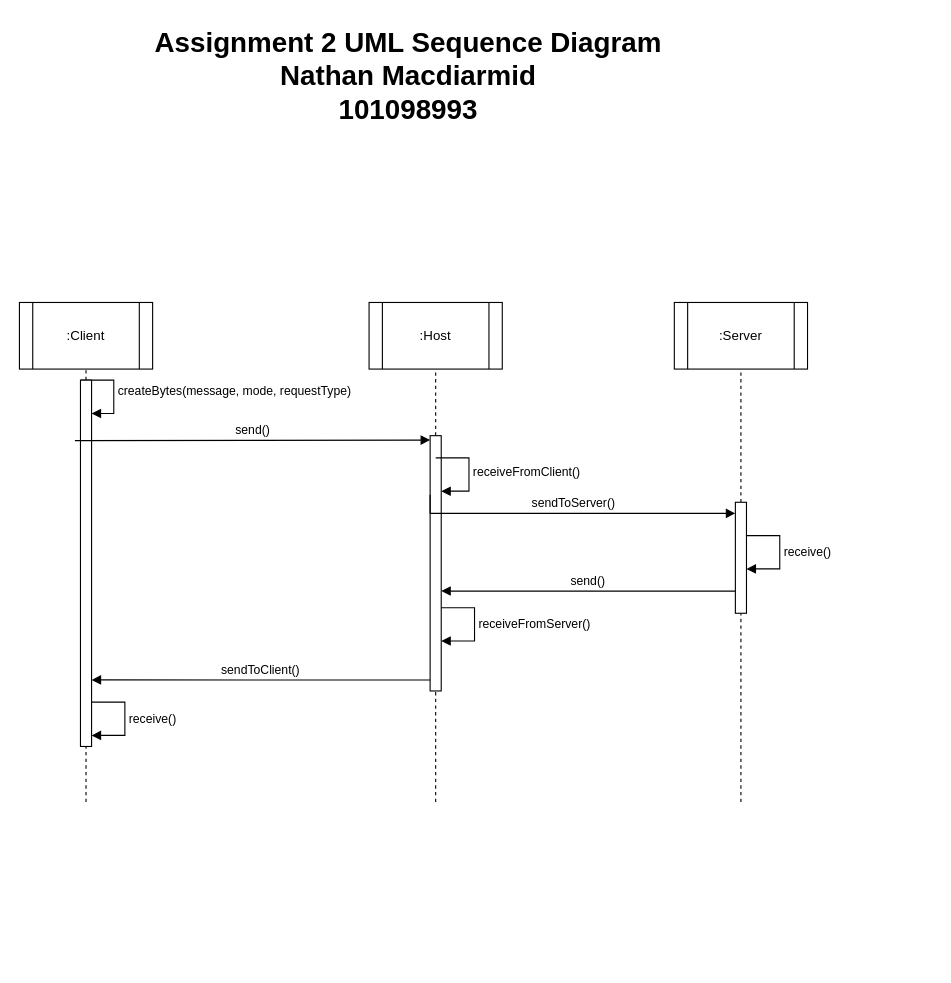
The draw.io diagram Assignments/Assignment2/A2_UML_Sequence.drawio in NathanMacDiarmid/SYSC3303A, before the edit. Source tidied: cells renumbered, new cells numbered last; positions are measured from the earlier drawing's top-left corner, leaving out a move shared by most shapes. Both pictures are drawn from the tidied source at 111%, with x=0, y=0 at pixel (19, 19).
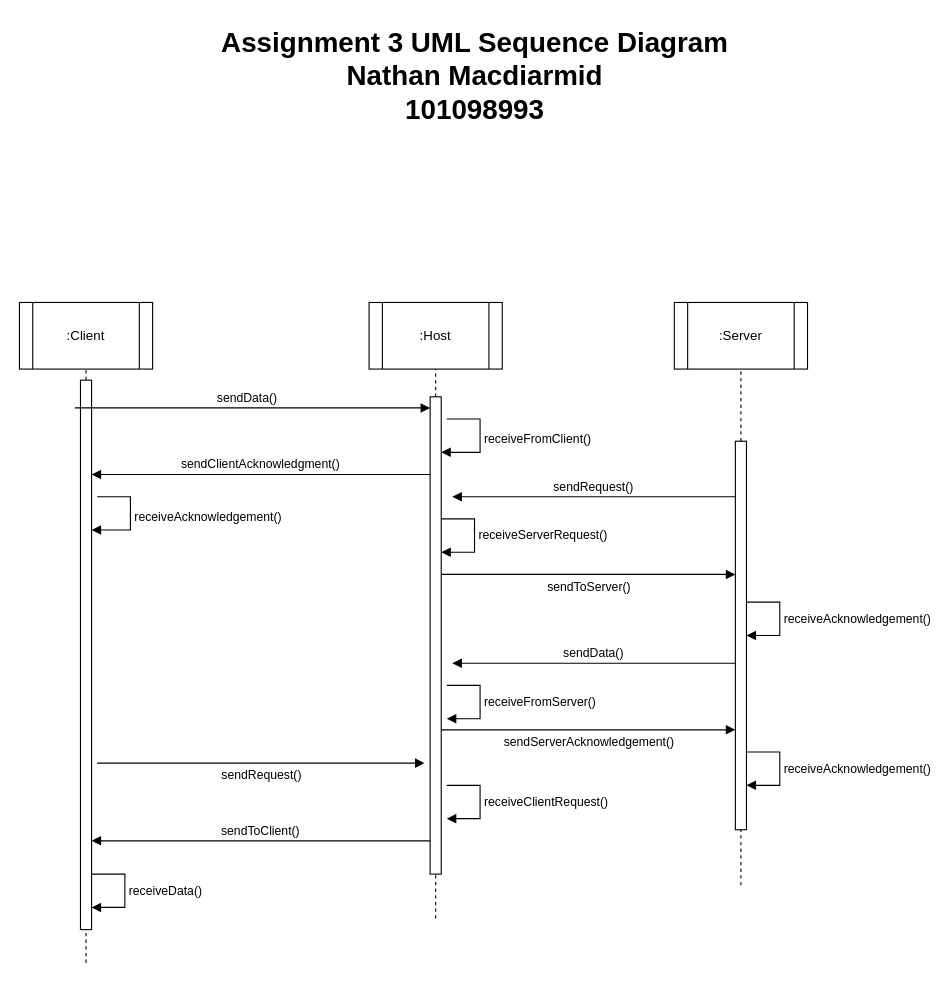
After the change.

Commit message (it also covers changes not shown here):
Finished Assignment3

Change to the diagram source:
```diff
@@
-    <mxCell id="8" value="createBytes(message, mode, requestType)" style="html=1;align=left;spacingLeft=2;endArrow=block;rounded=0;edgeStyle=orthogonalEdgeStyle;curved=0;rounded=0;" parent="1" edge="1" target="10">
-      <mxGeometry relative="1" as="geometry">
-        <mxPoint x="55" y="325" as="sourcePoint" />
-        <Array as="points">
-          <mxPoint x="85" y="355" />
-        </Array>
-      </mxGeometry>
-    </mxCell>
     <mxCell id="9" style="endArrow=none;dashed=1;html=1;rounded=0;entryX=0.5;entryY=1;entryDx=0;entryDy=0;" parent="1" edge="1" target="10">
       <mxGeometry relative="1" as="geometry">
-        <mxPoint x="60" y="705" as="sourcePoint" />
+        <mxPoint x="60" y="850" as="sourcePoint" />
       </mxGeometry>
     </mxCell>
     <mxCell id="10" style="html=1;points=[];perimeter=orthogonalPerimeter;outlineConnect=0;targetShapes=umlLifeline;portConstraint=eastwest;newEdgeStyle={&quot;edgeStyle&quot;:&quot;elbowEdgeStyle&quot;,&quot;elbow&quot;:&quot;vertical&quot;,&quot;curved&quot;:0,&quot;rounded&quot;:0};" parent="1" vertex="1">
-      <mxGeometry x="55" y="325" width="10" height="330" as="geometry" />
+      <mxGeometry x="55" y="325" width="10" height="495" as="geometry" />
     </mxCell>
     <mxCell id="11" style="endArrow=none;dashed=1;html=1;rounded=0;entryX=0.5;entryY=1;entryDx=0;entryDy=0;" parent="1" edge="1" target="12">
       <mxGeometry relative="1" as="geometry">
-        <mxPoint x="375" y="705" as="sourcePoint" />
+        <mxPoint x="375" y="810" as="sourcePoint" />
       </mxGeometry>
     </mxCell>
     <mxCell id="12" style="html=1;points=[];perimeter=orthogonalPerimeter;outlineConnect=0;targetShapes=umlLifeline;portConstraint=eastwest;newEdgeStyle={&quot;edgeStyle&quot;:&quot;elbowEdgeStyle&quot;,&quot;elbow&quot;:&quot;vertical&quot;,&quot;curved&quot;:0,&quot;rounded&quot;:0};" parent="1" vertex="1">
-      <mxGeometry x="370" y="375" width="10" height="230" as="geometry" />
+      <mxGeometry x="370" y="340" width="10" height="430" as="geometry" />
     </mxCell>
-    <mxCell id="13" value="send()" style="html=1;verticalAlign=bottom;endArrow=block;edgeStyle=elbowEdgeStyle;elbow=vertical;curved=0;rounded=0;exitX=-0.5;exitY=0.165;exitDx=0;exitDy=0;exitPerimeter=0;" parent="1" edge="1" source="10" target="12">
-      <mxGeometry relative="1" as="geometry" />
+    <mxCell id="13" value="sendData()" style="html=1;verticalAlign=bottom;endArrow=block;edgeStyle=elbowEdgeStyle;elbow=vertical;curved=0;rounded=0;" parent="1" edge="1" target="12">
+      <mxGeometry relative="1" as="geometry">
+        <mxPoint x="60" y="350" as="sourcePoint" />
+        <Array as="points">
+          <mxPoint x="50" y="350" />
+        </Array>
+      </mxGeometry>
     </mxCell>
-    <mxCell id="14" value="receiveFromClient()" style="html=1;align=left;spacingLeft=2;endArrow=block;rounded=0;edgeStyle=orthogonalEdgeStyle;curved=0;rounded=0;" parent="1" edge="1" target="12">
-      <mxGeometry relative="1" as="geometry">
-        <mxPoint x="375" y="395" as="sourcePoint" />
-        <Array as="points">
-          <mxPoint x="405" y="395" />
-          <mxPoint x="405" y="425" />
-        </Array>
-      </mxGeometry>
-    </mxCell>
     <mxCell id="15" style="endArrow=none;dashed=1;html=1;rounded=0;entryX=0.5;entryY=1;entryDx=0;entryDy=0;" parent="1" edge="1" target="16">
       <mxGeometry relative="1" as="geometry">
-        <mxPoint x="650" y="705" as="sourcePoint" />
+        <mxPoint x="650" y="780" as="sourcePoint" />
       </mxGeometry>
     </mxCell>
     <mxCell id="16" style="html=1;points=[];perimeter=orthogonalPerimeter;outlineConnect=0;targetShapes=umlLifeline;portConstraint=eastwest;newEdgeStyle={&quot;edgeStyle&quot;:&quot;elbowEdgeStyle&quot;,&quot;elbow&quot;:&quot;vertical&quot;,&quot;curved&quot;:0,&quot;rounded&quot;:0};" parent="1" vertex="1">
-      <mxGeometry x="645" y="435" width="10" height="100" as="geometry" />
+      <mxGeometry x="645" y="380" width="10" height="350" as="geometry" />
     </mxCell>
+    <mxCell id="19" value="sendRequest()" style="html=1;verticalAlign=bottom;endArrow=block;edgeStyle=elbowEdgeStyle;elbow=vertical;curved=0;rounded=0;" parent="1" edge="1" source="16">
+      <mxGeometry relative="1" as="geometry">
+        <mxPoint x="390" y="430" as="targetPoint" />
+      </mxGeometry>
+    </mxCell>
+    <mxCell id="23" value="&lt;b style=&quot;font-size: 25px;&quot;&gt;Assignment 3 UML Sequence Diagram&lt;br&gt;Nathan Macdiarmid&lt;br&gt;101098993&lt;/b&gt;" style="text;html=1;align=center;verticalAlign=middle;strokeColor=none;fillColor=none;" parent="1" vertex="1">
+      <mxGeometry x="170" width="480" height="100" as="geometry" />
+    </mxCell>
+    <mxCell id="14" value="receiveFromClient()" style="edgeStyle=orthogonalEdgeStyle;html=1;align=left;spacingLeft=2;endArrow=block;rounded=0;" parent="1" edge="1">
+      <mxGeometry relative="1" as="geometry">
+        <mxPoint x="385" y="360" as="sourcePoint" />
+        <mxPoint x="380" y="390" as="targetPoint" />
+        <Array as="points">
+          <mxPoint x="415" y="360" />
+        </Array>
+      </mxGeometry>
+    </mxCell>
+    <mxCell id="24" value="sendClientAcknowledgment()" style="html=1;verticalAlign=bottom;endArrow=block;edgeStyle=elbowEdgeStyle;elbow=vertical;curved=0;rounded=0;exitX=0;exitY=0.957;exitDx=0;exitDy=0;exitPerimeter=0;" parent="1" edge="1">
+      <mxGeometry relative="1" as="geometry">
+        <mxPoint x="370" y="410" as="sourcePoint" />
+        <mxPoint x="65" y="410.4" as="targetPoint" />
+      </mxGeometry>
+    </mxCell>
-    <mxCell id="17" value="sendToServer()" style="html=1;verticalAlign=bottom;endArrow=block;edgeStyle=elbowEdgeStyle;elbow=vertical;curved=0;rounded=0;exitX=0;exitY=0.231;exitDx=0;exitDy=0;exitPerimeter=0;" parent="1" edge="1" source="12" target="16">
-      <mxGeometry relative="1" as="geometry">
-        <Array as="points">
-          <mxPoint x="390" y="445" />
-        </Array>
+    <mxCell id="17" value="sendToServer()" style="html=1;verticalAlign=bottom;endArrow=block;edgeStyle=elbowEdgeStyle;elbow=vertical;curved=0;rounded=0;" parent="1" edge="1">
+      <mxGeometry y="-20" relative="1" as="geometry">
+        <mxPoint x="380" y="500" as="sourcePoint" />
+        <mxPoint x="645" y="500" as="targetPoint" />
       </mxGeometry>
     </mxCell>
-    <mxCell id="18" value="receive()" style="html=1;align=left;spacingLeft=2;endArrow=block;rounded=0;edgeStyle=orthogonalEdgeStyle;curved=0;rounded=0;" parent="1" edge="1" target="16">
-      <mxGeometry relative="1" as="geometry">
-        <mxPoint x="655" y="465" as="sourcePoint" />
-        <Array as="points">
-          <mxPoint x="685" y="465" />
-          <mxPoint x="685" y="495" />
-        </Array>
-      </mxGeometry>
-    </mxCell>
-    <mxCell id="19" value="send()" style="html=1;verticalAlign=bottom;endArrow=block;edgeStyle=elbowEdgeStyle;elbow=vertical;curved=0;rounded=0;entryX=1;entryY=0.609;entryDx=0;entryDy=0;entryPerimeter=0;" parent="1" edge="1" source="16" target="12">
-      <mxGeometry relative="1" as="geometry" />
-    </mxCell>
+    <mxCell id="25" value="receiveAcknowledgement()" style="edgeStyle=orthogonalEdgeStyle;html=1;align=left;spacingLeft=2;endArrow=block;rounded=0;" parent="1" edge="1">
+      <mxGeometry relative="1" as="geometry">
+        <mxPoint x="70" y="430" as="sourcePoint" />
+        <mxPoint x="65" y="460" as="targetPoint" />
+        <Array as="points">
+          <mxPoint x="100" y="430" />
+        </Array>
+      </mxGeometry>
+    </mxCell>
+    <mxCell id="26" value="sendData()" style="html=1;verticalAlign=bottom;endArrow=block;edgeStyle=elbowEdgeStyle;elbow=vertical;curved=0;rounded=0;" parent="1" edge="1">
+      <mxGeometry relative="1" as="geometry">
+        <mxPoint x="645" y="580" as="sourcePoint" />
+        <mxPoint x="390" y="580" as="targetPoint" />
+      </mxGeometry>
+    </mxCell>
+    <mxCell id="27" value="sendServerAcknowledgement()" style="html=1;verticalAlign=bottom;endArrow=block;edgeStyle=elbowEdgeStyle;elbow=vertical;curved=0;rounded=0;" parent="1" edge="1">
+      <mxGeometry y="-20" relative="1" as="geometry">
+        <mxPoint x="380" y="640" as="sourcePoint" />
+        <mxPoint x="645" y="640" as="targetPoint" />
+      </mxGeometry>
+    </mxCell>
+    <mxCell id="28" value="receiveAcknowledgement()" style="html=1;align=left;spacingLeft=2;endArrow=block;rounded=0;edgeStyle=orthogonalEdgeStyle;curved=0;rounded=0;" parent="1" edge="1">
+      <mxGeometry relative="1" as="geometry">
+        <mxPoint x="655" y="660" as="sourcePoint" />
+        <mxPoint x="655" y="690" as="targetPoint" />
+        <Array as="points">
+          <mxPoint x="685" y="660" />
+          <mxPoint x="685" y="690" />
+        </Array>
+      </mxGeometry>
+    </mxCell>
-    <mxCell id="20" value="receiveFromServer()" style="html=1;align=left;spacingLeft=2;endArrow=block;rounded=0;edgeStyle=orthogonalEdgeStyle;curved=0;rounded=0;" parent="1" edge="1" target="12">
+    <mxCell id="20" value="receiveFromServer()" style="html=1;align=left;spacingLeft=2;endArrow=block;rounded=0;edgeStyle=orthogonalEdgeStyle;curved=0;rounded=0;" parent="1" edge="1">
       <mxGeometry relative="1" as="geometry">
-        <mxPoint x="380" y="530" as="sourcePoint" />
+        <mxPoint x="385" y="600" as="sourcePoint" />
+        <mxPoint x="385" y="630" as="targetPoint" />
         <Array as="points">
-          <mxPoint x="410" y="530" />
-          <mxPoint x="410" y="560" />
+          <mxPoint x="415" y="600" />
+          <mxPoint x="415" y="630" />
         </Array>
       </mxGeometry>
     </mxCell>
+    <mxCell id="29" value="receiveAcknowledgement()" style="html=1;align=left;spacingLeft=2;endArrow=block;rounded=0;edgeStyle=orthogonalEdgeStyle;curved=0;rounded=0;" parent="1" edge="1">
+      <mxGeometry relative="1" as="geometry">
+        <mxPoint x="655" y="525" as="sourcePoint" />
+        <mxPoint x="655" y="555" as="targetPoint" />
+        <Array as="points">
+          <mxPoint x="685" y="525" />
+          <mxPoint x="685" y="555" />
+        </Array>
+      </mxGeometry>
+    </mxCell>
+    <mxCell id="30" value="receiveServerRequest()" style="html=1;align=left;spacingLeft=2;endArrow=block;rounded=0;edgeStyle=orthogonalEdgeStyle;curved=0;rounded=0;" parent="1" edge="1">
+      <mxGeometry relative="1" as="geometry">
+        <mxPoint x="380" y="450" as="sourcePoint" />
+        <mxPoint x="380" y="480" as="targetPoint" />
+        <Array as="points">
+          <mxPoint x="410" y="450" />
+          <mxPoint x="410" y="480" />
+        </Array>
+      </mxGeometry>
+    </mxCell>
+    <mxCell id="31" value="sendRequest()" style="html=1;verticalAlign=bottom;endArrow=block;edgeStyle=elbowEdgeStyle;elbow=vertical;curved=0;rounded=0;" parent="1" edge="1">
+      <mxGeometry y="-20" relative="1" as="geometry">
+        <mxPoint x="70" y="670" as="sourcePoint" />
+        <mxPoint x="365" y="670" as="targetPoint" />
+      </mxGeometry>
+    </mxCell>
+    <mxCell id="32" value="receiveClientRequest()" style="html=1;align=left;spacingLeft=2;endArrow=block;rounded=0;edgeStyle=orthogonalEdgeStyle;curved=0;rounded=0;" parent="1" edge="1">
+      <mxGeometry relative="1" as="geometry">
+        <mxPoint x="385" y="690" as="sourcePoint" />
+        <mxPoint x="385" y="720" as="targetPoint" />
+        <Array as="points">
+          <mxPoint x="415" y="690" />
+          <mxPoint x="415" y="720" />
+        </Array>
+      </mxGeometry>
+    </mxCell>
-    <mxCell id="21" value="sendToClient()" style="html=1;verticalAlign=bottom;endArrow=block;edgeStyle=elbowEdgeStyle;elbow=vertical;curved=0;rounded=0;exitX=0;exitY=0.957;exitDx=0;exitDy=0;exitPerimeter=0;" parent="1" edge="1" source="12" target="10">
-      <mxGeometry relative="1" as="geometry" />
+    <mxCell id="21" value="sendToClient()" style="html=1;verticalAlign=bottom;endArrow=block;edgeStyle=elbowEdgeStyle;elbow=vertical;curved=0;rounded=0;exitX=0;exitY=0.957;exitDx=0;exitDy=0;exitPerimeter=0;" parent="1" edge="1">
+      <mxGeometry relative="1" as="geometry">
+        <mxPoint x="370" y="740" as="sourcePoint" />
+        <mxPoint x="65" y="740.4" as="targetPoint" />
+      </mxGeometry>
     </mxCell>
-    <mxCell id="22" value="receive()" style="html=1;align=left;spacingLeft=2;endArrow=block;rounded=0;edgeStyle=orthogonalEdgeStyle;curved=0;rounded=0;" parent="1" edge="1" target="10">
-      <mxGeometry relative="1" as="geometry">
-        <mxPoint x="65" y="615" as="sourcePoint" />
-        <Array as="points">
-          <mxPoint x="95" y="615" />
-          <mxPoint x="95" y="645" />
-        </Array>
-      </mxGeometry>
-    </mxCell>
-    <mxCell id="23" value="&lt;b style=&quot;font-size: 25px;&quot;&gt;Assignment 2 UML Sequence Diagram&lt;br&gt;Nathan Macdiarmid&lt;br&gt;101098993&lt;/b&gt;" style="text;html=1;align=center;verticalAlign=middle;strokeColor=none;fillColor=none;" parent="1" vertex="1">
-      <mxGeometry x="110" width="480" height="100" as="geometry" />
-    </mxCell>
+    <mxCell id="33" value="receiveData()" style="html=1;align=left;spacingLeft=2;endArrow=block;rounded=0;edgeStyle=orthogonalEdgeStyle;curved=0;rounded=0;" parent="1" edge="1">
+      <mxGeometry relative="1" as="geometry">
+        <mxPoint x="65" y="770" as="sourcePoint" />
+        <mxPoint x="65" y="800" as="targetPoint" />
+        <Array as="points">
+          <mxPoint x="95" y="770" />
+          <mxPoint x="95" y="800" />
+        </Array>
+      </mxGeometry>
+    </mxCell>
```
